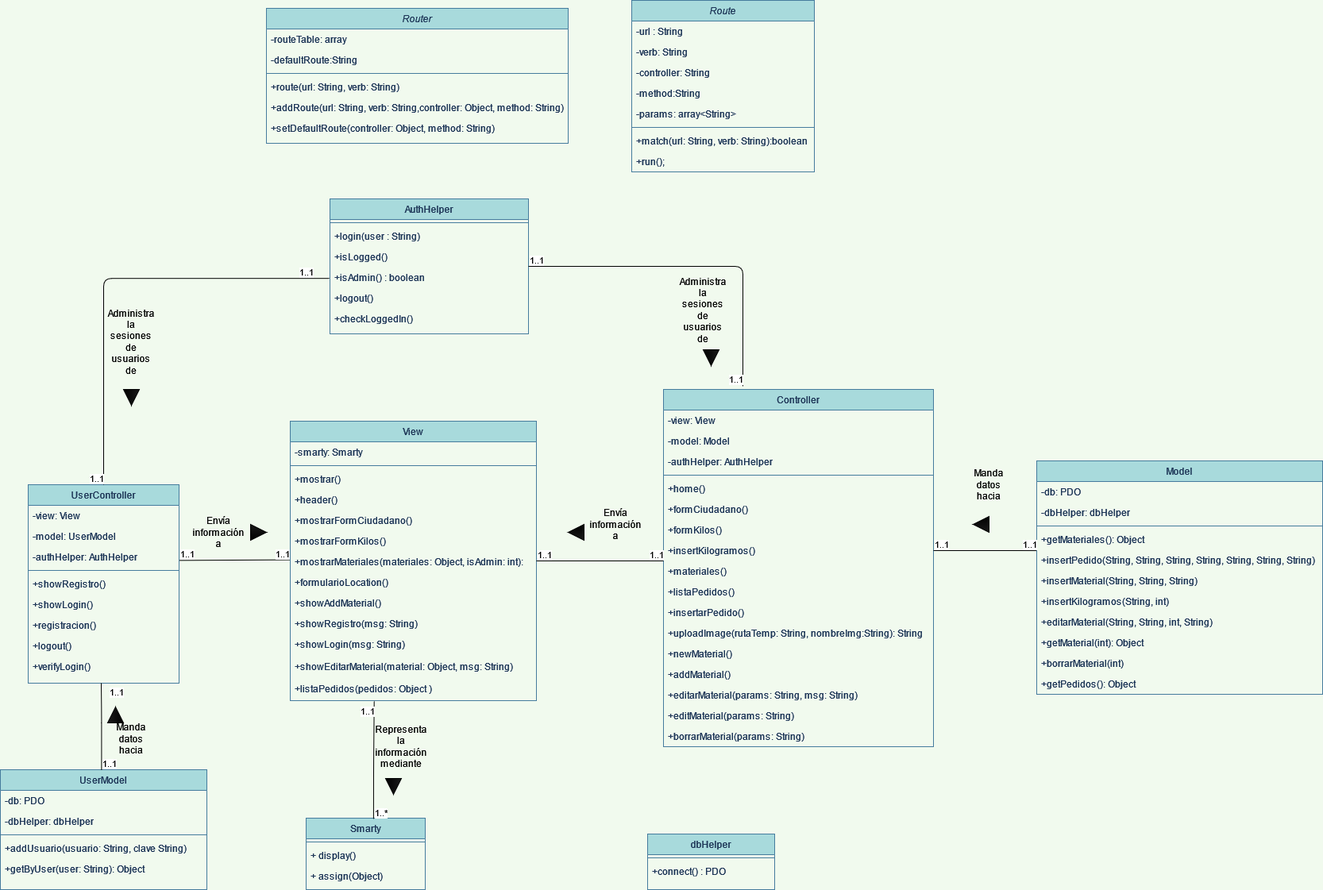
The draw.io diagram Scrum/2do-sprint/Diagrama de clases- CooperativaCartoneros.png in acostatorrissi/grupo_ocho_tandil, before a commit. Source tidied: cells renumbered, new cells last; positions are measured from the earlier drawing's top-left corner, leaving out a move shared by most shapes.
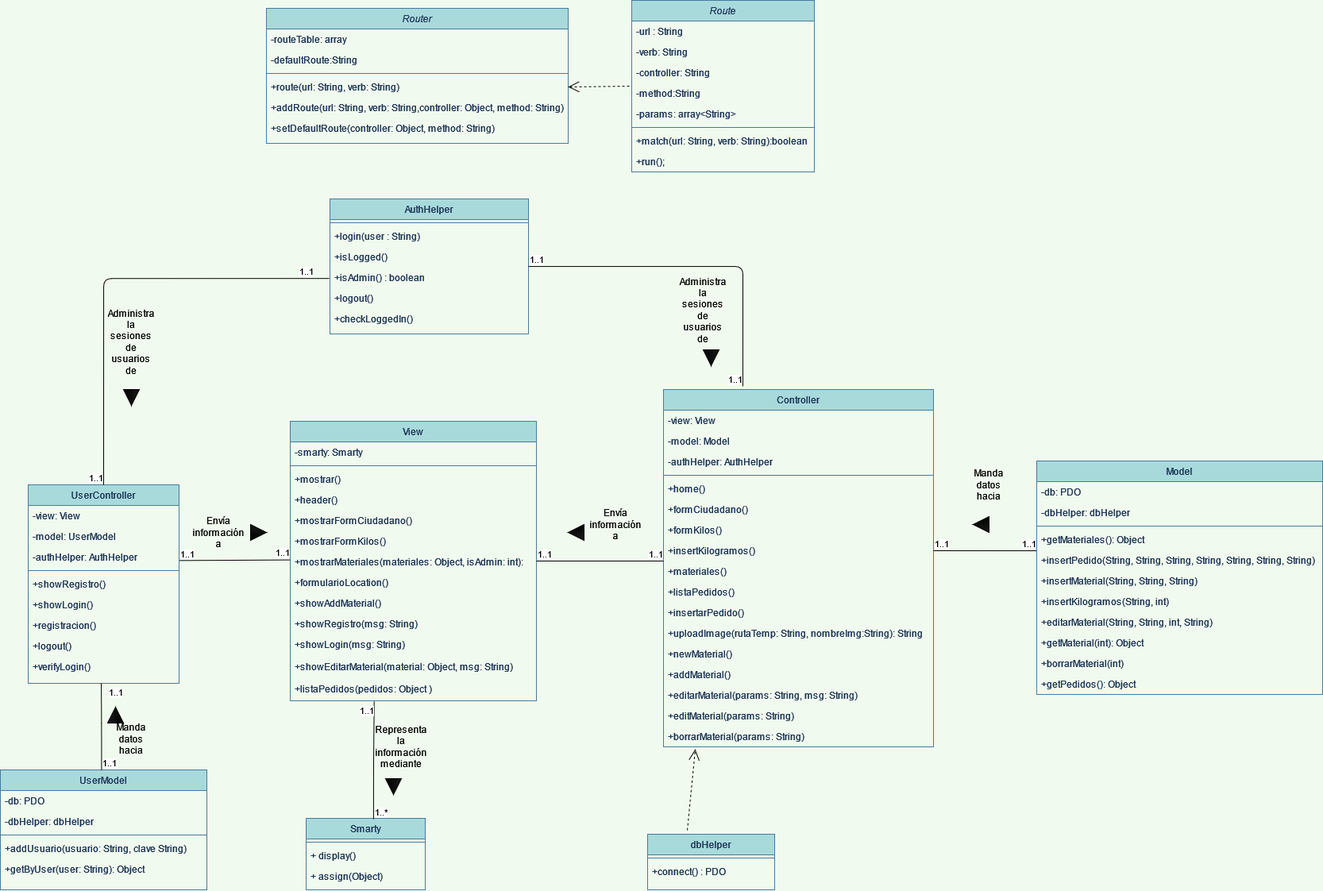
After the commit.

Commit message:
GOT-84: Se agrega el diagrama de clases

Change to the diagram source:
```diff
@@ -315,6 +315,13 @@
     <mxCell id="102" value="1..1" style="edgeLabel;html=1;align=right;verticalAlign=bottom;" parent="100" vertex="1">
       <mxGeometry x="1" relative="1" as="geometry" />
     </mxCell>
+    <mxCell id="129" style="endArrow=open;endSize=12;dashed=1;html=1;" parent="1" edge="1">
+      <mxGeometry x="-1" y="283" relative="1" as="geometry">
+        <mxPoint x="865" y="1045" as="sourcePoint" />
+        <mxPoint x="875" y="943" as="targetPoint" />
+        <mxPoint x="52" y="193" as="offset" />
+      </mxGeometry>
+    </mxCell>
     <mxCell id="103" style="endArrow=none;html=1;edgeStyle=orthogonalEdgeStyle;entryX=-0.001;entryY=0.409;entryDx=0;entryDy=0;entryPerimeter=0;exitX=1.002;exitY=0.668;exitDx=0;exitDy=0;exitPerimeter=0;" parent="1" edge="1" source="76" target="66">
       <mxGeometry relative="1" as="geometry">
         <Array as="points">
@@ -420,5 +427,10 @@
     <mxCell id="128" style="triangle;whiteSpace=wrap;html=1;rotation=0;gradientColor=#000000;fillColor=#1A1A1A;" parent="1" vertex="1">
       <mxGeometry x="315" y="660" width="20" height="20" as="geometry" />
     </mxCell>
+    <mxCell id="130" style="endArrow=open;endSize=12;dashed=1;html=1;exitX=-0.013;exitY=1.154;exitDx=0;exitDy=0;exitPerimeter=0;entryX=1;entryY=0.5;entryDx=0;entryDy=0;" parent="1" edge="1" source="5" target="26">
+      <mxGeometry x="-1" y="1111" relative="1" as="geometry">
+        <mxPoint x="239" y="-29" as="offset" />
+      </mxGeometry>
+    </mxCell>
   </root>
 </mxGraphModel>
```
